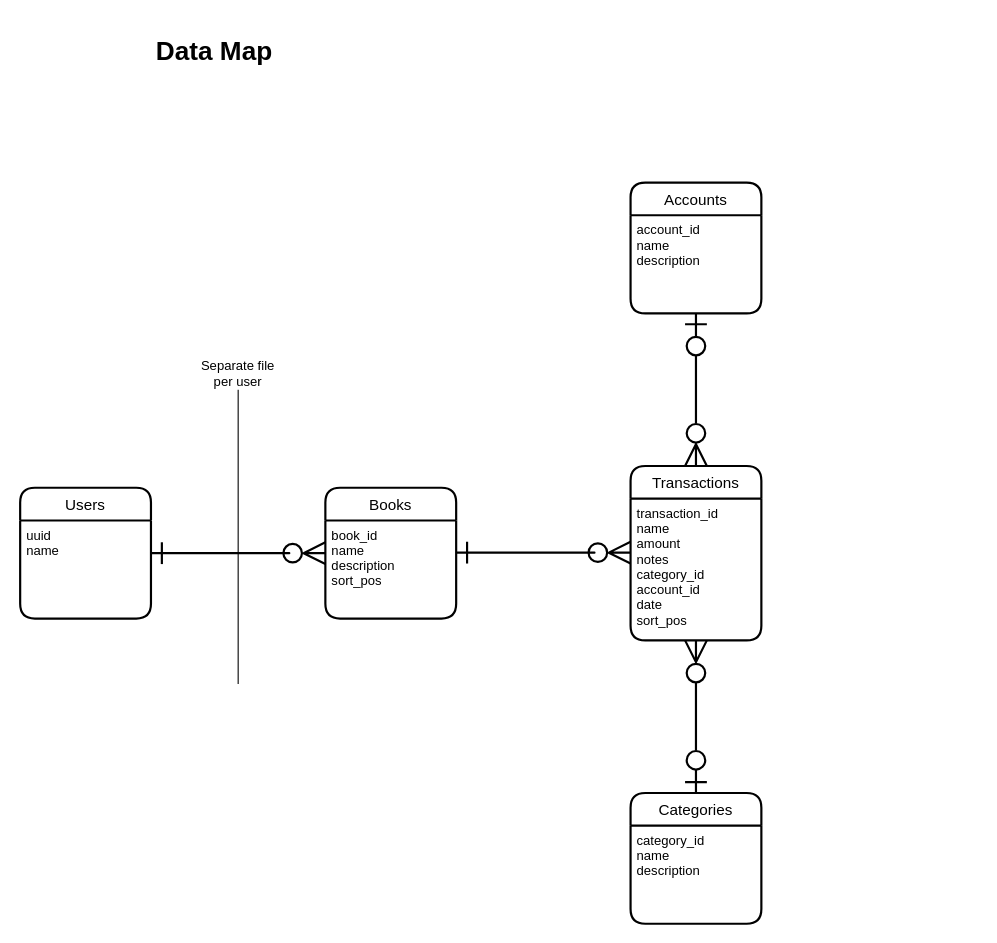
The draw.io diagram data-map.drawio in JoshSilveous/money-tracker-proto, before the edit. Source tidied: cells renumbered, new cells numbered last; positions are measured from the earlier drawing's top-left corner, leaving out a move shared by most shapes. Both pictures are drawn from the tidied source at 109%, with x=0, y=0 at pixel (20, 29).
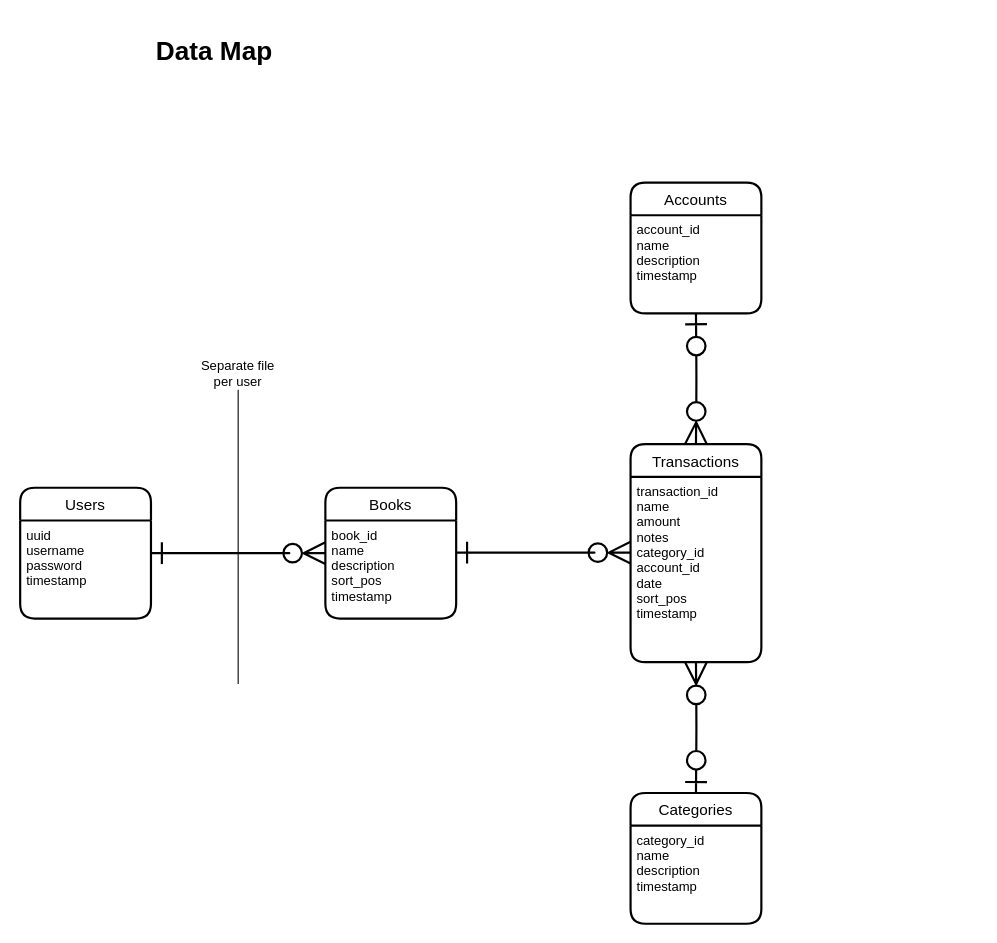
The same page after the edit.

Commit message:
fleshed out data relation diagram

The change refers to these unchanged cells:
```xml
<mxCell id="9" value="Users" style="swimlane;horizontal=1;startSize=30;rounded=1;fontSize=14;fontStyle=0;strokeWidth=2;shadow=0;dashed=0;align=center;" parent="1" vertex="1">
  <mxGeometry y="420" width="120" height="120" as="geometry" />
</mxCell>
<mxCell id="11" value="Books" style="swimlane;horizontal=1;startSize=30;rounded=1;fontSize=14;fontStyle=0;strokeWidth=2;shadow=0;dashed=0;align=center;" parent="1" vertex="1">
  <mxGeometry x="280" y="420" width="120" height="120" as="geometry" />
</mxCell>
<mxCell id="15" value="Accounts" style="swimlane;horizontal=1;startSize=30;rounded=1;fontSize=14;fontStyle=0;strokeWidth=2;shadow=0;dashed=0;align=center;" parent="1" vertex="1">
  <mxGeometry x="560" y="140" width="120" height="120" as="geometry" />
</mxCell>
<mxCell id="17" value="Categories" style="swimlane;horizontal=1;startSize=30;rounded=1;fontSize=14;fontStyle=0;strokeWidth=2;shadow=0;dashed=0;align=center;" parent="1" vertex="1">
  <mxGeometry x="560" y="700" width="120" height="120" as="geometry" />
</mxCell>
```

Diff of the diagram source:
```diff
@@
-    <mxCell id="7" style="edgeStyle=orthogonalEdgeStyle;fontSize=12;html=1;endArrow=ERzeroToMany;exitX=0.5;exitY=0;exitDx=0;exitDy=0;strokeWidth=2;endSize=17;startSize=17;startArrow=ERzeroToOne;startFill=0;curved=1;endFill=0;" parent="1" edge="1">
+    <mxCell id="7" style="edgeStyle=orthogonalEdgeStyle;fontSize=12;html=1;endArrow=ERzeroToMany;exitX=0.5;exitY=0;exitDx=0;exitDy=0;strokeWidth=2;endSize=17;startSize=17;startArrow=ERzeroToOne;startFill=0;curved=1;endFill=0;entryX=0.5;entryY=1;entryDx=0;entryDy=0;" parent="1" edge="1" target="14">
       <mxGeometry relative="1" as="geometry">
         <mxPoint x="620" y="700" as="sourcePoint" />
-        <mxPoint x="620" y="560" as="targetPoint" />
       </mxGeometry>
     </mxCell>
-    <mxCell id="8" style="edgeStyle=orthogonalEdgeStyle;fontSize=12;html=1;endArrow=ERzeroToMany;exitX=0.5;exitY=1;exitDx=0;exitDy=0;strokeWidth=2;endSize=17;startSize=17;startArrow=ERzeroToOne;startFill=0;curved=1;endFill=0;" parent="1" edge="1">
+    <mxCell id="8" style="edgeStyle=orthogonalEdgeStyle;fontSize=12;html=1;endArrow=ERzeroToMany;exitX=0.5;exitY=1;exitDx=0;exitDy=0;strokeWidth=2;endSize=17;startSize=17;startArrow=ERzeroToOne;startFill=0;curved=1;endFill=0;entryX=0.5;entryY=0;entryDx=0;entryDy=0;" parent="1" edge="1" target="13">
       <mxGeometry relative="1" as="geometry">
         <mxPoint x="620" y="260" as="sourcePoint" />
-        <mxPoint x="620" y="400" as="targetPoint" />
       </mxGeometry>
     </mxCell>
@@
-    <mxCell id="10" value="uuid&#10;name" style="align=left;strokeColor=none;fillColor=none;spacingLeft=4;fontSize=12;verticalAlign=top;" parent="9" vertex="1">
+    <mxCell id="10" value="uuid&#10;username&#10;password&#10;timestamp" style="align=left;strokeColor=none;fillColor=none;spacingLeft=4;fontSize=12;verticalAlign=top;" parent="9" vertex="1">
       <mxGeometry y="30" width="120" height="90" as="geometry" />
     </mxCell>
@@
-    <mxCell id="12" value="book_id&#10;name&#10;description&#10;sort_pos" style="align=left;strokeColor=none;fillColor=none;spacingLeft=4;fontSize=12;verticalAlign=top;" parent="11" vertex="1">
+    <mxCell id="12" value="book_id&#10;name&#10;description&#10;sort_pos&#10;timestamp" style="align=left;strokeColor=none;fillColor=none;spacingLeft=4;fontSize=12;verticalAlign=top;" parent="11" vertex="1">
       <mxGeometry y="30" width="120" height="90" as="geometry" />
     </mxCell>
     <mxCell id="13" value="Transactions" style="swimlane;horizontal=1;startSize=30;rounded=1;fontSize=14;fontStyle=0;strokeWidth=2;shadow=0;dashed=0;align=center;" parent="1" vertex="1">
-      <mxGeometry x="560" y="400" width="120" height="160" as="geometry" />
+      <mxGeometry x="560" y="380" width="120" height="200" as="geometry" />
     </mxCell>
-    <mxCell id="14" value="transaction_id&#10;name&#10;amount&#10;notes&#10;category_id&#10;account_id&#10;date&#10;sort_pos" style="align=left;strokeColor=none;fillColor=none;spacingLeft=4;fontSize=12;verticalAlign=top;" parent="13" vertex="1">
-      <mxGeometry y="30" width="120" height="130" as="geometry" />
+    <mxCell id="14" value="transaction_id&#10;name&#10;amount&#10;notes&#10;category_id&#10;account_id&#10;date&#10;sort_pos&#10;timestamp" style="align=left;strokeColor=none;fillColor=none;spacingLeft=4;fontSize=12;verticalAlign=top;" parent="13" vertex="1">
+      <mxGeometry y="30" width="120" height="170" as="geometry" />
     </mxCell>
@@
-    <mxCell id="16" value="account_id&#10;name&#10;description" style="align=left;strokeColor=none;fillColor=none;spacingLeft=4;fontSize=12;verticalAlign=top;" parent="15" vertex="1">
+    <mxCell id="16" value="account_id&#10;name&#10;description&#10;timestamp" style="align=left;strokeColor=none;fillColor=none;spacingLeft=4;fontSize=12;verticalAlign=top;" parent="15" vertex="1">
       <mxGeometry y="30" width="120" height="90" as="geometry" />
     </mxCell>
@@
-    <mxCell id="18" value="category_id&#10;name&#10;description" style="align=left;strokeColor=none;fillColor=none;spacingLeft=4;fontSize=12;verticalAlign=top;" parent="17" vertex="1">
+    <mxCell id="18" value="category_id&#10;name&#10;description&#10;timestamp" style="align=left;strokeColor=none;fillColor=none;spacingLeft=4;fontSize=12;verticalAlign=top;" parent="17" vertex="1">
       <mxGeometry y="30" width="120" height="90" as="geometry" />
     </mxCell>
```
